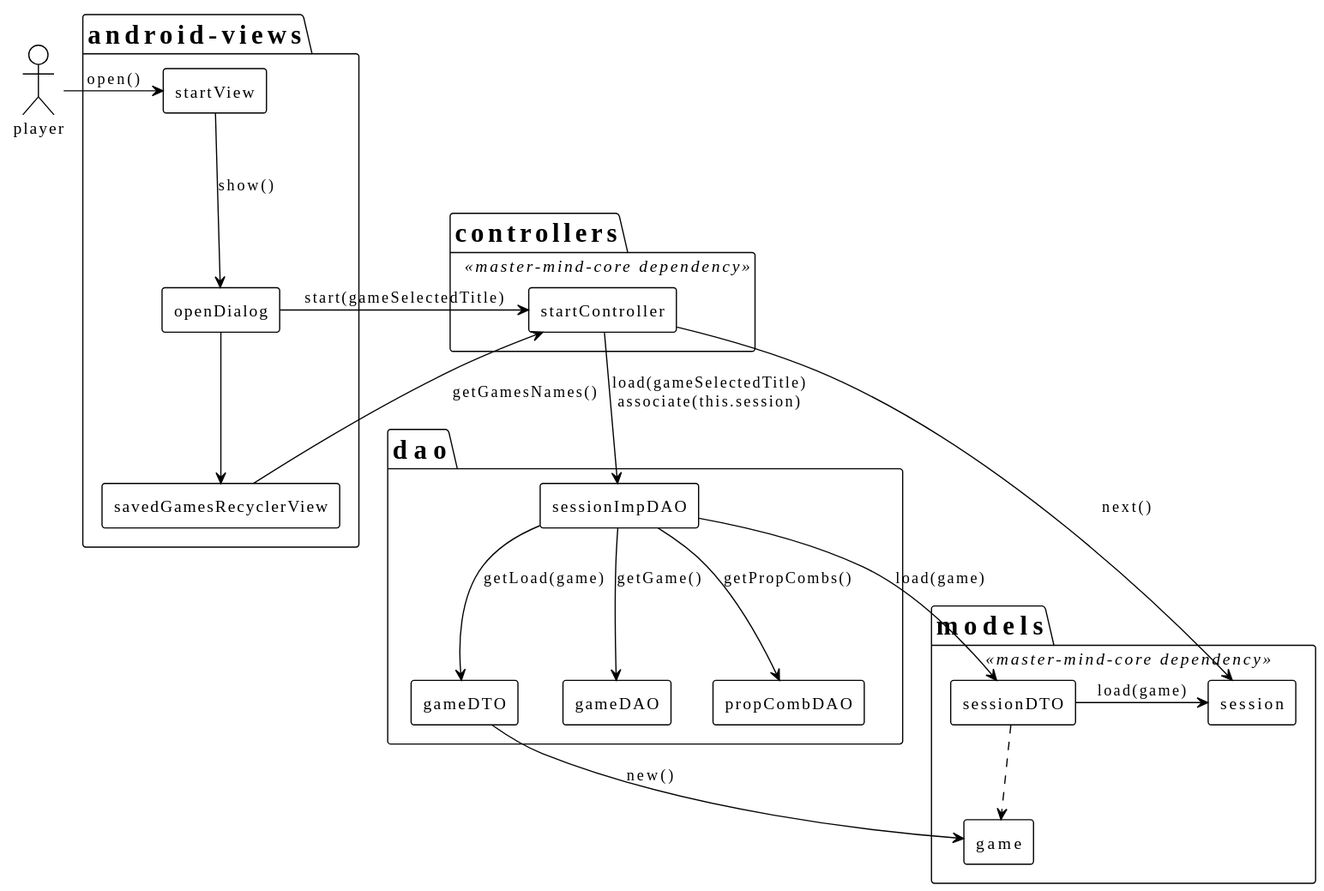
The PlantUML diagram docs/colaboration_open/colaboration-open.svg in PacoMorando/master-mind-web, before a commit.
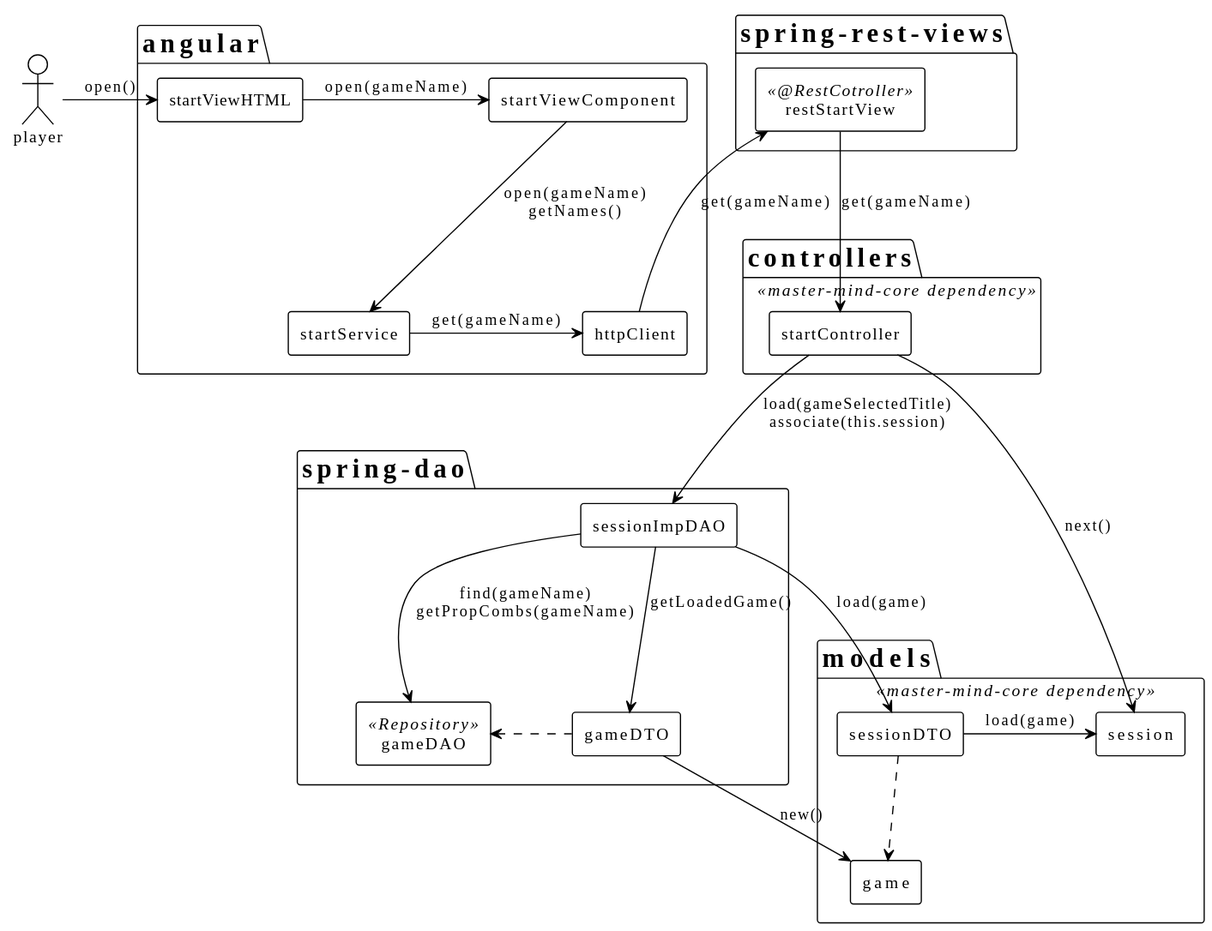
Above is the later version.

What changed in the source:
```diff
@@ -3,27 +3,24 @@
 
 actor player
 
-package android-views {
-    agent startView
-    agent openDialog
-    agent savedGamesRecyclerView
+package angular {
+    agent startViewHTML
+    agent startViewComponent
+    agent startService
+    agent httpClient
 }
-
-player -right-> startView :open()
-startView --> openDialog :show()
-openDialog --> savedGamesRecyclerView
 
 package controllers <<master-mind-core dependency>> {
     agent startController
 }
 
-openDialog -left-> startController :start(gameSelectedTitle)
-savedGamesRecyclerView -left-> startController :getGamesNames()
+package spring-rest-views {
+    agent restStartView <<@RestCotroller>>
+}
 
-package dao {
+package spring-dao {
     agent sessionImpDAO
-    agent gameDAO
-    agent propCombDAO
+    agent gameDAO <<Repository>>
     agent gameDTO
 }
 
@@ -33,16 +30,24 @@
     agent game
 }
 
+player -right-> startViewHTML :open()
+startViewHTML -right-> startViewComponent :open(gameName)
+startViewComponent --> startService :open(gameName)\ngetNames()
+startService -right-> httpClient :get(gameName)
+
+httpClient -up-> restStartView :get(gameName)
+restStartView --> startController :get(gameName)
+
 startController --> session :next()
 startController --> sessionImpDAO :load(gameSelectedTitle)\nassociate(this.session)
-sessionImpDAO --> gameDAO :getGame()
-sessionImpDAO --> propCombDAO :getPropCombs()
+
+sessionImpDAO --> gameDAO :find(gameName)\ngetPropCombs(gameName)
 sessionImpDAO --> sessionDTO :load(game)
-sessionImpDAO --> gameDTO :getLoad(game)
-
+sessionImpDAO --> gameDTO :getLoadedGame()
+gameDTO -right-> game :new()
+gameDTO .left.> gameDAO
 
 sessionDTO -right-> session :load(game)
 sessionDTO ..> game
-gameDTO -right-> game :new()
 
 @enduml
```
